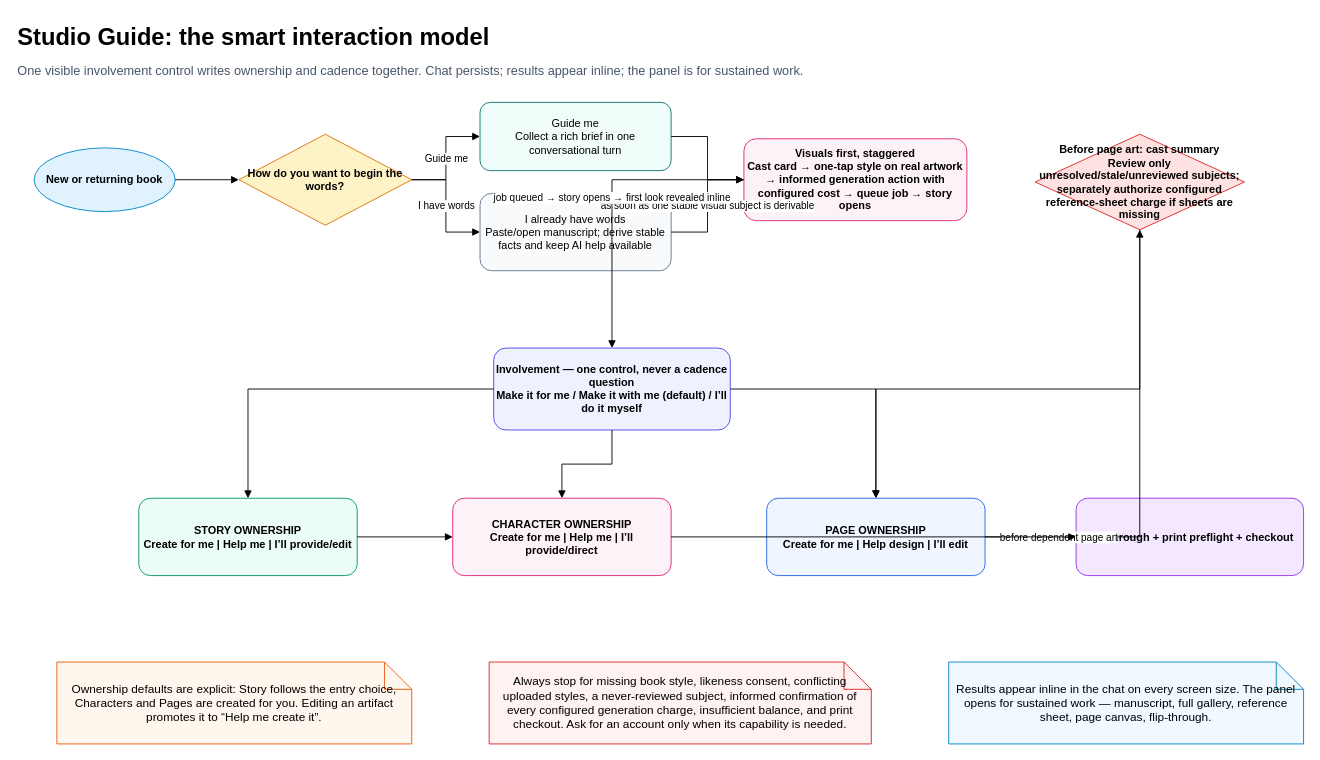
Before: page "0. System model" (1 of 12) of docs/STUDIO-GUIDE-USER-FLOWS.drawio in HutzelFutzel/childbooks, a draw.io diagram. Source tidied: cells renumbered, new cells numbered last; positions are measured from the earlier drawing's top-left corner, leaving out a move shared by most shapes. Both pictures are drawn from the tidied source at 91%, with x=0, y=0 at pixel (15, 15).
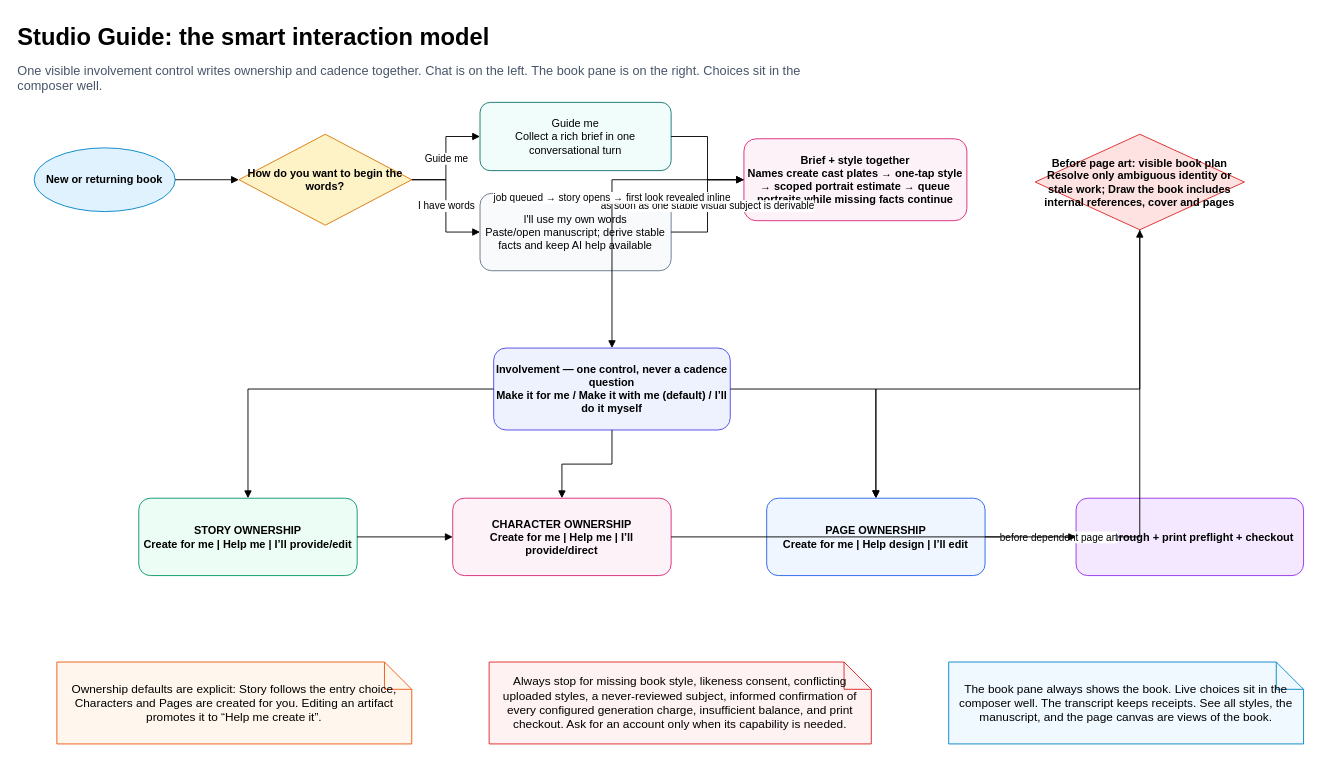
Above is the later version.

Diff of the diagram source:
```diff
@@
-    <mxCell id="3" value="One visible involvement control writes ownership and cadence together. Chat persists; results appear inline; the panel is for sustained work." style="text;html=1;fontSize=14;fontColor=#475569;align=left;verticalAlign=top;whiteSpace=wrap;" parent="1" vertex="1">
+    <mxCell id="3" value="One visible involvement control writes ownership and cadence together. Chat is on the left. The book pane is on the right. Choices sit in the composer well." style="text;html=1;fontSize=14;fontColor=#475569;align=left;verticalAlign=top;whiteSpace=wrap;" parent="1" vertex="1">
       <mxGeometry y="45" width="920" height="40" as="geometry" />
     </mxCell>
@@
-    <mxCell id="7" value="I already have words&#10;Paste/open manuscript; derive stable facts and keep AI help available" style="rounded=1;whiteSpace=wrap;html=1;fillColor=#F8FAFC;strokeColor=#64748B;" parent="1" vertex="1">
+    <mxCell id="7" value="I'll use my own words&#10;Paste/open manuscript; derive stable facts and keep AI help available" style="rounded=1;whiteSpace=wrap;html=1;fillColor=#F8FAFC;strokeColor=#64748B;" parent="1" vertex="1">
       <mxGeometry x="510" y="195" width="210" height="85" as="geometry" />
     </mxCell>
-    <mxCell id="8" value="Visuals first, staggered&#10;Cast card → one-tap style on real artwork → informed generation action with configured cost → queue job → story opens" style="rounded=1;whiteSpace=wrap;html=1;fillColor=#FDF2F8;strokeColor=#DB2777;fontStyle=1;" parent="1" vertex="1">
+    <mxCell id="8" value="Brief + style together&#10;Names create cast plates → one-tap style → scoped portrait estimate → queue portraits while missing facts continue" style="rounded=1;whiteSpace=wrap;html=1;fillColor=#FDF2F8;strokeColor=#DB2777;fontStyle=1;" parent="1" vertex="1">
       <mxGeometry x="800" y="135" width="245" height="90" as="geometry" />
     </mxCell>
-    <mxCell id="9" value="Before page art: cast summary&#10;Review only unresolved/stale/unreviewed subjects; separately authorize configured reference-sheet charge if sheets are missing" style="rhombus;whiteSpace=wrap;html=1;fillColor=#FEE2E2;strokeColor=#DC2626;fontStyle=1;" parent="1" vertex="1">
+    <mxCell id="9" value="Before page art: visible book plan&#10;Resolve only ambiguous identity or stale work; Draw the book includes internal references, cover and pages" style="rhombus;whiteSpace=wrap;html=1;fillColor=#FEE2E2;strokeColor=#DC2626;fontStyle=1;" parent="1" vertex="1">
       <mxGeometry x="1120" y="130" width="230" height="105" as="geometry" />
     </mxCell>
@@
-    <mxCell id="17" value="Results appear inline in the chat on every screen size. The panel opens for sustained work — manuscript, full gallery, reference sheet, page canvas, flip-through." style="shape=note;whiteSpace=wrap;html=1;fillColor=#F0F9FF;strokeColor=#0284C7;fontSize=13;" parent="1" vertex="1">
+    <mxCell id="17" value="The book pane always shows the book. Live choices sit in the composer well. The transcript keeps receipts. See all styles, the manuscript, and the page canvas are views of the book." style="shape=note;whiteSpace=wrap;html=1;fillColor=#F0F9FF;strokeColor=#0284C7;fontSize=13;" parent="1" vertex="1">
       <mxGeometry x="1025" y="710" width="390" height="90" as="geometry" />
     </mxCell>
```
